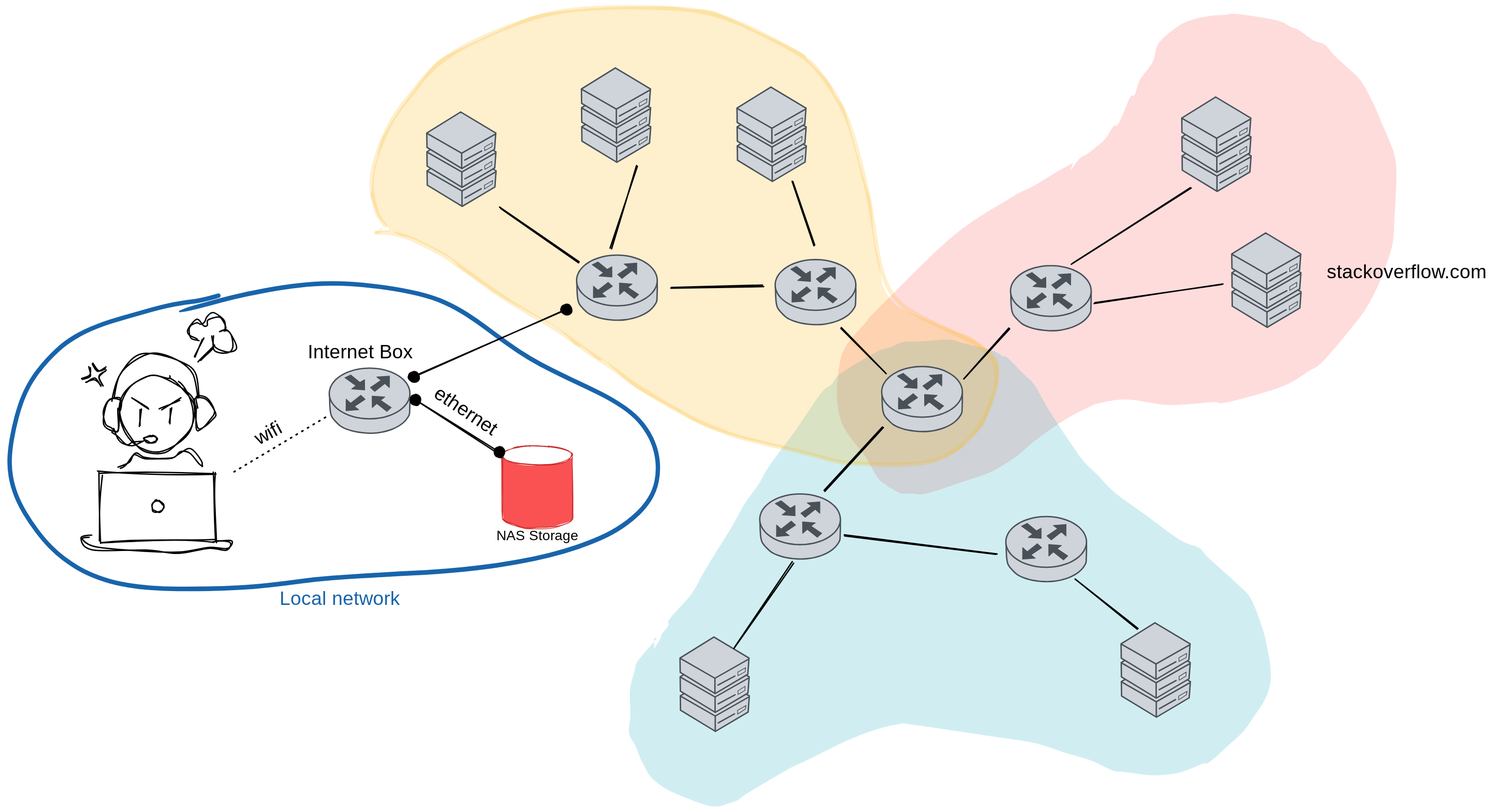
Before: notebooks/media/connection-remote.excalidraw.svg, a diagram exported from Excalidraw (ue22-p25/backend). Source tidied: one line per element, renumbered; positions are measured from the earlier drawing's top-left corner, leaving out a move shared by most shapes.
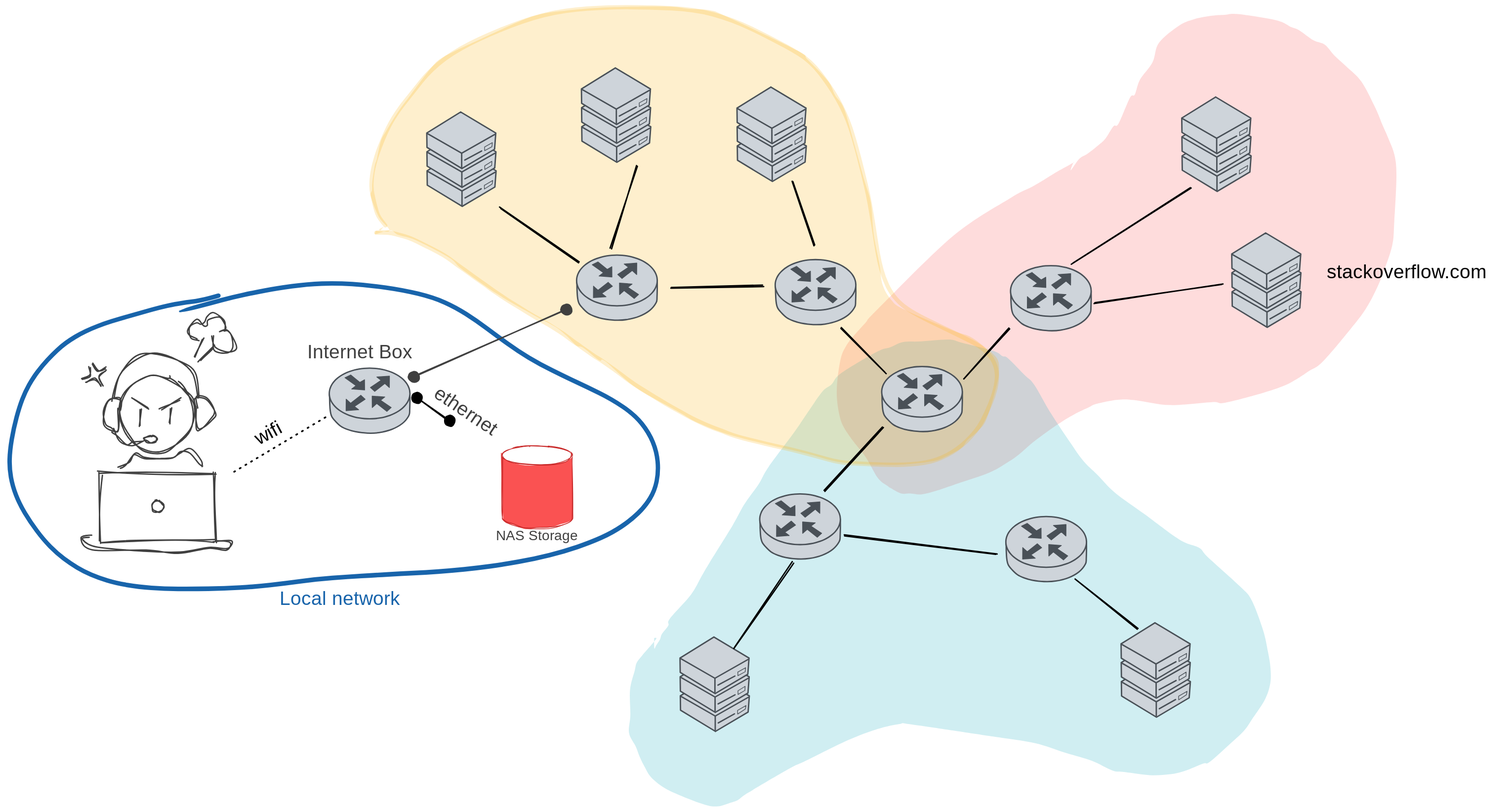
The same diagram one commit later.

The edit, as a diff of the source:
```diff
@@ -1,44 +1,44 @@
 {"id": 0, "type": "freedraw", "strokeColor": "#0000", "backgroundColor": "#fa5252", "fillStyle": "solid", "strokeWidth": 1, "roughness": 1, "opacity": 20, "round": true, "x": 1544, "y": 224, "width": 807, "height": 695, "points": [[0, 0], [-74, 44], [-143, 87], [-200, 134], [-285, 211], [-336, 281], [-339, 366], [-291, 447], [-252, 479], [-141, 455], [-26, 381], [41, 348], [99, 346], [172, 349], [264, 337], [374, 272], [463, 86], [435, -78], [346, -178], [235, -214], [150, -197], [114, -153], [80, -90], [50, -43], [13, -7], [-5, 9]]}
 {"id": 1, "type": "freedraw", "strokeColor": "#0000", "backgroundColor": "#15aabf", "fillStyle": "solid", "strokeWidth": 1, "roughness": 1, "opacity": 20, "round": true, "x": 938, "y": 911, "width": 927, "height": 672, "points": [[0, 0], [-29, 47], [-36, 140], [33, 229], [101, 241], [145, 221], [253, 159], [372, 127], [486, 141], [593, 165], [662, 191], [744, 198], [812, 172], [889, 42], [831, -89], [742, -155], [617, -255], [534, -379], [461, -419], [340, -420], [263, -377], [202, -295], [95, -133], [32, -39], [9, -5], [0, 14]]}
 {"id": 2, "type": "freedraw", "strokeColor": "#fab005", "backgroundColor": "#fab005", "fillStyle": "solid", "strokeWidth": 1, "roughness": 1, "opacity": 20, "round": true, "x": 534, "y": 326, "width": 910, "height": 662, "points": [[0, 0], [45, 6], [108, 38], [150, 70], [191, 98], [247, 132], [284, 156], [322, 183], [390, 230], [452, 266], [524, 296], [642, 324], [738, 336], [830, 321], [890, 246], [861, 153], [733, 74], [713, -46], [677, -179], [609, -264], [482, -319], [327, -326], [171, -291], [59, -214], [15, -150], [-6, -85], [-1, -36], [0, 0]]}
-{"id": 3, "type": "ellipse", "strokeColor": "#000", "strokeWidth": 2, "roughness": 2, "round": true, "x": 163, "y": 532, "width": 108, "height": 112}
+{"id": 3, "type": "ellipse", "strokeColor": "#404040", "strokeWidth": 2, "roughness": 2, "round": true, "x": 163, "y": 532, "width": 108, "height": 112}
-{"id": 4, "type": "line", "strokeColor": "#000", "strokeWidth": 2, "roughness": 2, "round": true, "x": 162, "y": 580, "width": 25, "height": 44, "points": [[0, 0], [0, -13], [-14, -11], [-25, 5], [-22, 22], [-10, 30], [0, 31], [0, 0]]}
+{"id": 4, "type": "line", "strokeColor": "#404040", "strokeWidth": 2, "roughness": 2, "round": true, "x": 162, "y": 580, "width": 25, "height": 44, "points": [[0, 0], [0, -13], [-14, -11], [-25, 5], [-22, 22], [-10, 30], [0, 31], [0, 0]]}
-{"id": 5, "type": "line", "strokeColor": "#000", "strokeWidth": 2, "roughness": 2, "round": true, "x": 274, "y": 578, "width": 24, "height": 44, "points": [[0, 0], [0, -13], [14, -11], [24, 5], [22, 22], [10, 30], [0, 31], [0, 0]]}
+{"id": 5, "type": "line", "strokeColor": "#404040", "strokeWidth": 2, "roughness": 2, "round": true, "x": 274, "y": 578, "width": 24, "height": 44, "points": [[0, 0], [0, -13], [14, -11], [24, 5], [22, 22], [10, 30], [0, 31], [0, 0]]}
-{"id": 6, "type": "line", "strokeColor": "#000", "strokeWidth": 2, "roughness": 2, "round": true, "x": 155, "y": 567, "width": 122, "height": 64, "points": [[0, 0], [7, -33], [29, -58], [61, -64], [94, -58], [114, -37], [122, -3]]}
+{"id": 6, "type": "line", "strokeColor": "#404040", "strokeWidth": 2, "roughness": 2, "round": true, "x": 155, "y": 567, "width": 122, "height": 64, "points": [[0, 0], [7, -33], [29, -58], [61, -64], [94, -58], [114, -37], [122, -3]]}
-{"id": 7, "type": "line", "strokeColor": "#000", "strokeWidth": 2, "roughness": 2, "round": true, "x": 153, "y": 611, "width": 46, "height": 23, "points": [[0, 0], [6, 13], [17, 23], [32, 22], [46, 15]]}
+{"id": 7, "type": "line", "strokeColor": "#404040", "strokeWidth": 2, "roughness": 2, "round": true, "x": 153, "y": 611, "width": 46, "height": 23, "points": [[0, 0], [6, 13], [17, 23], [32, 22], [46, 15]]}
-{"id": 8, "type": "ellipse", "strokeColor": "#000", "strokeWidth": 2, "roughness": 2, "round": true, "x": 198, "y": 620, "width": 20, "height": 9}
+{"id": 8, "type": "ellipse", "strokeColor": "#404040", "strokeWidth": 2, "roughness": 2, "round": true, "x": 198, "y": 620, "width": 20, "height": 9}
-{"id": 9, "type": "rectangle", "strokeColor": "#000", "strokeWidth": 2, "roughness": 2, "x": 134, "y": 674, "width": 165, "height": 99}
+{"id": 9, "type": "rectangle", "strokeColor": "#404040", "strokeWidth": 2, "roughness": 2, "x": 134, "y": 674, "width": 165, "height": 99}
-{"id": 10, "type": "ellipse", "strokeColor": "#000", "strokeWidth": 2, "roughness": 2, "x": 210, "y": 714, "width": 16, "height": 16}
+{"id": 10, "type": "ellipse", "strokeColor": "#404040", "strokeWidth": 2, "roughness": 2, "x": 210, "y": 714, "width": 16, "height": 16}
-{"id": 11, "type": "line", "strokeColor": "#000", "strokeWidth": 2, "roughness": 2, "round": true, "x": 182, "y": 566, "width": 23, "height": 15, "points": [[0, 0], [23, 15]]}
+{"id": 11, "type": "line", "strokeColor": "#404040", "strokeWidth": 2, "roughness": 2, "round": true, "x": 182, "y": 566, "width": 23, "height": 15, "points": [[0, 0], [23, 15]]}
-{"id": 12, "type": "line", "strokeColor": "#000", "strokeWidth": 2, "roughness": 2, "round": true, "x": 224, "y": 581, "width": 27, "height": 16, "points": [[0, 0], [27, -16]]}
+{"id": 12, "type": "line", "strokeColor": "#404040", "strokeWidth": 2, "roughness": 2, "round": true, "x": 224, "y": 581, "width": 27, "height": 16, "points": [[0, 0], [27, -16]]}
-{"id": 13, "type": "line", "strokeColor": "#000", "strokeWidth": 2, "roughness": 2, "round": true, "x": 109, "y": 538, "width": 12, "height": 18, "points": [[0, 0], [12, -6], [11, -18]]}
+{"id": 13, "type": "line", "strokeColor": "#404040", "strokeWidth": 2, "roughness": 2, "round": true, "x": 109, "y": 538, "width": 12, "height": 18, "points": [[0, 0], [12, -6], [11, -18]]}
-{"id": 14, "type": "line", "strokeColor": "#000", "angle": 4.38, "strokeWidth": 2, "roughness": 2, "round": true, "x": 118, "y": 554, "width": 12, "height": 18, "points": [[0, 0], [12, -6], [11, -18]]}
+{"id": 14, "type": "line", "strokeColor": "#404040", "angle": 4.38, "strokeWidth": 2, "roughness": 2, "round": true, "x": 118, "y": 554, "width": 12, "height": 18, "points": [[0, 0], [12, -6], [11, -18]]}
-{"id": 15, "type": "line", "strokeColor": "#000", "angle": 2.77, "strokeWidth": 2, "roughness": 2, "round": true, "x": 135, "y": 545, "width": 12, "height": 18, "points": [[0, 0], [12, -6], [11, -18]]}
+{"id": 15, "type": "line", "strokeColor": "#404040", "angle": 2.77, "strokeWidth": 2, "roughness": 2, "round": true, "x": 135, "y": 545, "width": 12, "height": 18, "points": [[0, 0], [12, -6], [11, -18]]}
-{"id": 16, "type": "line", "strokeColor": "#000", "angle": 1.31, "strokeWidth": 2, "roughness": 2, "round": true, "x": 128, "y": 528, "width": 12, "height": 18, "points": [[0, 0], [12, -6], [11, -18]]}
+{"id": 16, "type": "line", "strokeColor": "#404040", "angle": 1.31, "strokeWidth": 2, "roughness": 2, "round": true, "x": 128, "y": 528, "width": 12, "height": 18, "points": [[0, 0], [12, -6], [11, -18]]}
-{"id": 17, "type": "line", "strokeColor": "#000", "strokeWidth": 2, "roughness": 2, "round": true, "x": 271, "y": 505, "width": 12, "height": 25, "points": [[0, 0], [12, -25]]}
+{"id": 17, "type": "line", "strokeColor": "#404040", "strokeWidth": 2, "roughness": 2, "round": true, "x": 271, "y": 505, "width": 12, "height": 25, "points": [[0, 0], [12, -25]]}
-{"id": 18, "type": "line", "strokeColor": "#000", "strokeWidth": 2, "roughness": 2, "round": true, "x": 278, "y": 512, "width": 21, "height": 23, "points": [[0, 0], [21, -23]]}
+{"id": 18, "type": "line", "strokeColor": "#404040", "strokeWidth": 2, "roughness": 2, "round": true, "x": 278, "y": 512, "width": 21, "height": 23, "points": [[0, 0], [21, -23]]}
-{"id": 19, "type": "line", "strokeColor": "#000", "strokeWidth": 2, "roughness": 2, "round": true, "x": 276, "y": 482, "width": 64, "height": 56, "points": [[0, 0], [-10, -5], [-12, -18], [-2, -27], [7, -26], [9, -25], [13, -34], [24, -38], [37, -32], [40, -19], [35, -11], [41, -13], [50, -7], [53, 8], [42, 18], [25, 12], [22, -4]]}
+{"id": 19, "type": "line", "strokeColor": "#404040", "strokeWidth": 2, "roughness": 2, "round": true, "x": 276, "y": 482, "width": 64, "height": 56, "points": [[0, 0], [-10, -5], [-12, -18], [-2, -27], [7, -26], [9, -25], [13, -34], [24, -38], [37, -32], [40, -19], [35, -11], [41, -13], [50, -7], [53, 8], [42, 18], [25, 12], [22, -4]]}
-{"id": 20, "type": "line", "strokeColor": "#000", "strokeWidth": 2, "roughness": 2, "round": true, "x": 193, "y": 582, "width": 0, "height": 24, "points": [[0, 0], [0, 24]]}
+{"id": 20, "type": "line", "strokeColor": "#404040", "strokeWidth": 2, "roughness": 2, "round": true, "x": 193, "y": 582, "width": 0, "height": 24, "points": [[0, 0], [0, 24]]}
-{"id": 21, "type": "line", "strokeColor": "#000", "strokeWidth": 2, "roughness": 2, "round": true, "x": 236, "y": 581, "width": 1, "height": 21, "points": [[0, 0], [-1, 21]]}
+{"id": 21, "type": "line", "strokeColor": "#404040", "strokeWidth": 2, "roughness": 2, "round": true, "x": 236, "y": 581, "width": 1, "height": 21, "points": [[0, 0], [-1, 21]]}
-{"id": 22, "type": "line", "strokeColor": "#000", "strokeWidth": 2, "roughness": 2, "round": true, "x": 164, "y": 666, "width": 120, "height": 25, "points": [[0, 0], [11, -6], [21, -19], [35, -14], [58, -10], [74, -15], [88, -22], [99, -25], [116, -9], [120, -1]]}
+{"id": 22, "type": "line", "strokeColor": "#404040", "strokeWidth": 2, "roughness": 2, "round": true, "x": 164, "y": 666, "width": 120, "height": 25, "points": [[0, 0], [11, -6], [21, -19], [35, -14], [58, -10], [74, -15], [88, -22], [99, -25], [116, -9], [120, -1]]}
-{"id": 23, "type": "line", "strokeColor": "#000", "strokeWidth": 2, "roughness": 2, "round": true, "x": 301, "y": 771, "width": 216, "height": 20, "points": [[0, 0], [23, 2], [19, 13], [-6, 13], [-51, 15], [-101, 14], [-174, 12], [-193, 0], [-180, -5]]}
+{"id": 23, "type": "line", "strokeColor": "#404040", "strokeWidth": 2, "roughness": 2, "round": true, "x": 301, "y": 771, "width": 216, "height": 20, "points": [[0, 0], [23, 2], [19, 13], [-6, 13], [-51, 15], [-101, 14], [-174, 12], [-193, 0], [-180, -5]]}
 {"id": 24, "type": "line", "strokeColor": "#c92a2a", "backgroundColor": "#fa5252", "fillStyle": "solid", "strokeWidth": 1, "roughness": 1, "round": true, "x": 717, "y": 647, "width": 101, "height": 118, "points": [[0, 0], [0, 81], [2, 96], [14, 101], [32, 106], [52, 107], [68, 106], [84, 103], [100, 95], [101, 81], [101, 11], [100, 0], [88, -6], [73, -10], [55, -11], [43, -11], [18, -9], [0, 0]]}
 {"id": 25, "type": "ellipse", "strokeColor": "#c92a2a", "backgroundColor": "#ffffff", "fillStyle": "solid", "strokeWidth": 1, "roughness": 1, "x": 716, "y": 634, "width": 101, "height": 28}
-{"id": 26, "type": "text", "text": "NAS Storage", "strokeColor": "#000000", "backgroundColor": "#228be6", "fillStyle": "hachure", "strokeWidth": 2, "roughness": 1, "fontSize": 20, "fontFamily": 1, "textAlign": "center", "x": 704, "y": 754, "width": 126, "height": 24}
+{"id": 26, "type": "text", "text": "NAS Storage", "strokeColor": "#404040", "backgroundColor": "#228be6", "fillStyle": "hachure", "strokeWidth": 2, "roughness": 1, "fontSize": 20, "fontFamily": 1, "textAlign": "center", "x": 704, "y": 754, "width": 126, "height": 24}
 {"id": 27, "type": "line", "strokeColor": "#495057", "backgroundColor": "#ced4da", "fillStyle": "solid", "strokeWidth": 2, "roughness": 0, "round": true, "x": 473, "y": 552, "width": 116, "height": 73, "points": [[0, 0], [-6, 5], [-6, 13], [-6, 30], [-3, 40], [2, 47], [10, 54], [20, 58], [31, 62], [48, 64], [65, 63], [84, 58], [99, 50], [108, 39], [109, 30], [109, 5], [105, 0], [91, -2], [21, -9], [0, 0]]}
 {"id": 28, "type": "ellipse", "strokeColor": "#495057", "backgroundColor": "#ced4da", "fillStyle": "solid", "strokeWidth": 2, "roughness": 0, "x": 466, "y": 522, "width": 117, "height": 73}
 {"id": 29, "type": "line", "strokeColor": "#495057", "angle": 3.14, "backgroundColor": "#495057", "fillStyle": "solid", "strokeWidth": 1, "roughness": 0, "x": 509, "y": 554, "width": 29, "height": 22, "points": [[0, 0], [-13, -11], [-20, -7], [-20, -22], [-1, -20], [-8, -16], [8, -4], [0, 0]]}
 {"id": 30, "type": "line", "strokeColor": "#495057", "backgroundColor": "#495057", "fillStyle": "solid", "strokeWidth": 1, "roughness": 0, "x": 549, "y": 585, "width": 28, "height": 22, "points": [[0, 0], [-15, -11], [-21, -6], [-21, -22], [-3, -21], [-9, -16], [6, -6], [0, 0]]}
 {"id": 31, "type": "line", "strokeColor": "#495057", "angle": 3.14, "backgroundColor": "#495057", "fillStyle": "solid", "strokeWidth": 1, "roughness": 0, "x": 496, "y": 584, "width": 28, "height": 22, "points": [[0, 0], [15, -11], [21, -6], [21, -22], [3, -21], [9, -16], [-6, -6], [0, 0]]}
 {"id": 32, "type": "line", "strokeColor": "#495057", "backgroundColor": "#495057", "fillStyle": "solid", "strokeWidth": 1, "roughness": 0, "x": 532, "y": 556, "width": 28, "height": 22, "points": [[0, 0], [15, -11], [21, -6], [21, -22], [3, -21], [9, -16], [-6, -6], [0, 0]]}
-{"id": 33, "type": "arrow", "strokeColor": "#000000", "strokeWidth": 2, "roughness": 1, "startArrowhead": "dot", "endArrowhead": "dot", "round": true, "from": 36, "to": 36, "x": 591, "y": 568, "width": 120, "height": 77, "points": [[0, 0], [120, 77]]}
+{"id": 33, "type": "arrow", "strokeColor": "#000000", "strokeWidth": 2, "roughness": 1, "startArrowhead": "dot", "endArrowhead": "dot", "round": true, "from": 36, "to": 36, "x": 593, "y": 565, "width": 47, "height": 34, "points": [[0, 0], [47, 34]]}
 {"id": 34, "type": "line", "strokeColor": "#000000", "strokeWidth": 2, "strokeStyle": "dotted", "roughness": 1, "round": true, "x": 329, "y": 671, "width": 135, "height": 79, "points": [[0, 0], [135, -79]]}
-{"id": 35, "type": "text", "text": "Internet Box", "strokeColor": "#000000", "strokeWidth": 2, "strokeStyle": "dotted", "roughness": 1, "fontSize": 28, "fontFamily": 1, "x": 435, "y": 484, "width": 181, "height": 34}
+{"id": 35, "type": "text", "text": "Internet Box", "strokeColor": "#404040", "strokeWidth": 2, "strokeStyle": "dotted", "roughness": 1, "fontSize": 28, "fontFamily": 1, "x": 434, "y": 484, "width": 181, "height": 34}
-{"id": 36, "type": "text", "text": "ethernet", "strokeColor": "#000000", "angle": 0.59, "strokeWidth": 2, "strokeStyle": "dotted", "roughness": 1, "fontSize": 28, "fontFamily": 1, "x": 610, "y": 572, "width": 117, "height": 34}
+{"id": 36, "type": "text", "text": "ethernet", "strokeColor": "#404040", "angle": 0.59, "strokeWidth": 2, "strokeStyle": "dotted", "roughness": 1, "fontSize": 28, "fontFamily": 1, "x": 610, "y": 572, "width": 117, "height": 34}
 {"id": 37, "type": "text", "text": "wifi", "strokeColor": "#000000", "angle": 5.79, "strokeWidth": 2, "strokeStyle": "dotted", "roughness": 1, "fontSize": 28, "fontFamily": 1, "x": 358, "y": 600, "width": 43, "height": 34}
 {"id": 38, "type": "freedraw", "strokeColor": "#1864ab", "strokeWidth": 1, "strokeStyle": "dashed", "roughness": 1, "round": true, "x": 306, "y": 420, "width": 947, "height": 446, "points": [[0, -3], [-28, 5], [-73, 11], [-165, 37], [-211, 58], [-250, 91], [-287, 150], [-306, 245], [-280, 318], [-219, 385], [-158, 412], [-51, 423], [87, 416], [219, 401], [326, 396], [439, 382], [567, 344], [633, 287], [632, 202], [544, 130], [440, 84], [351, 17], [234, -19], [97, -18], [-4, 5], [-65, 23]]}
 {"id": 39, "type": "text", "text": "Local network ", "strokeColor": "#1864ab", "strokeWidth": 1, "strokeStyle": "dashed", "roughness": 1, "fontSize": 28, "fontFamily": 1, "x": 394, "y": 841, "width": 203, "height": 34}
-{"id": 40, "type": "arrow", "strokeColor": "#000000", "strokeWidth": 2, "roughness": 1, "startArrowhead": "dot", "endArrowhead": "dot", "round": true, "from": 36, "x": 588, "y": 534, "width": 223, "height": 97, "points": [[0, 0], [223, -97]]}
+{"id": 40, "type": "arrow", "strokeColor": "#404040", "strokeWidth": 2, "roughness": 1, "startArrowhead": "dot", "endArrowhead": "dot", "round": true, "from": 36, "x": 588, "y": 534, "width": 223, "height": 97, "points": [[0, 0], [223, -97]]}
 {"id": 41, "type": "line", "strokeColor": "#495057", "backgroundColor": "#ced4da", "fillStyle": "solid", "strokeWidth": 2, "roughness": 0, "round": true, "x": 831, "y": 389, "width": 116, "height": 73, "points": [[0, 0], [-6, 5], [-6, 13], [-6, 30], [-3, 40], [2, 47], [10, 54], [20, 58], [31, 62], [48, 64], [65, 63], [84, 58], [99, 50], [108, 39], [109, 30], [109, 5], [105, 0], [91, -2], [21, -9], [0, 0]]}
 {"id": 42, "type": "ellipse", "strokeColor": "#495057", "backgroundColor": "#ced4da", "fillStyle": "solid", "strokeWidth": 2, "roughness": 0, "x": 824, "y": 359, "width": 117, "height": 73}
 {"id": 43, "type": "line", "strokeColor": "#495057", "angle": 3.14, "backgroundColor": "#495057", "fillStyle": "solid", "strokeWidth": 1, "roughness": 0, "x": 866, "y": 390, "width": 29, "height": 22, "points": [[0, 0], [-13, -11], [-20, -7], [-20, -22], [-1, -20], [-8, -16], [8, -4], [0, 0]]}
```
